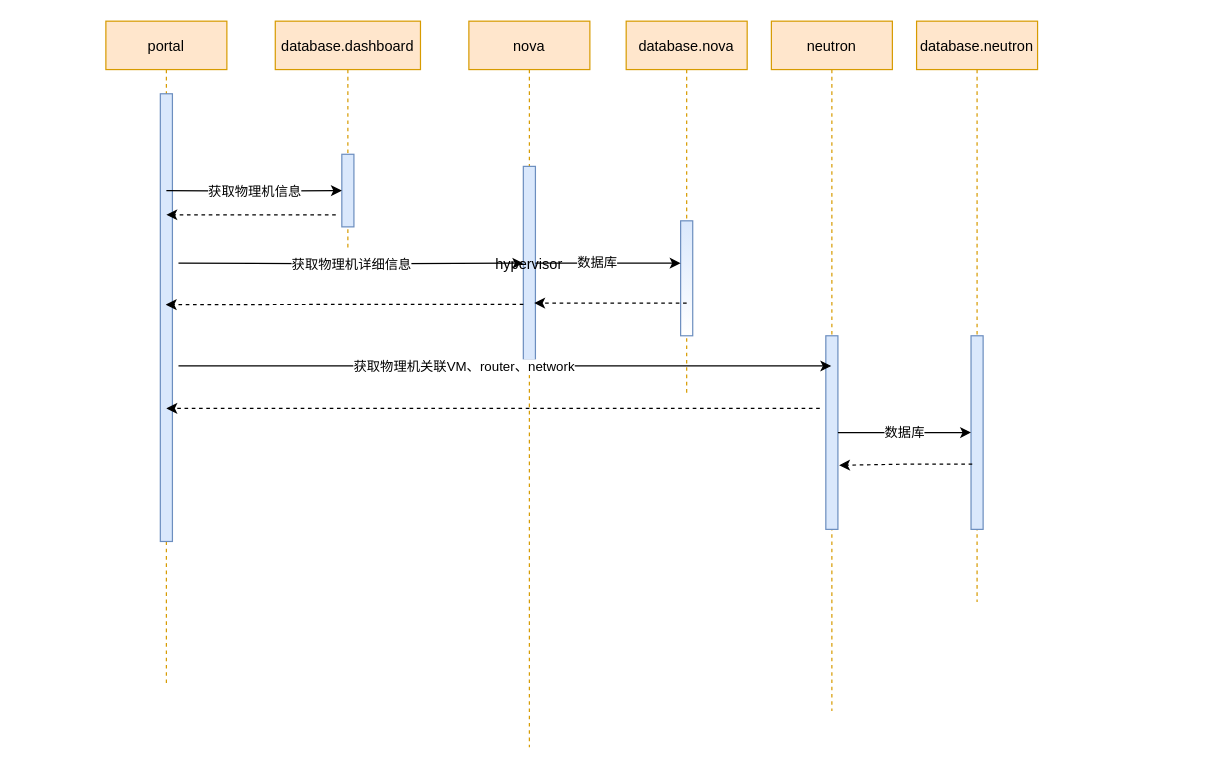
The draw.io diagram Untitled Diagram.drawio in JMD110/OldCoderCantRemember, before the edit. Source tidied: cells renumbered, new cells numbered last; positions are measured from the earlier drawing's top-left corner, leaving out a move shared by most shapes. Both pictures are drawn from the tidied source at 121%, with x=0, y=0 at pixel (105, 21).
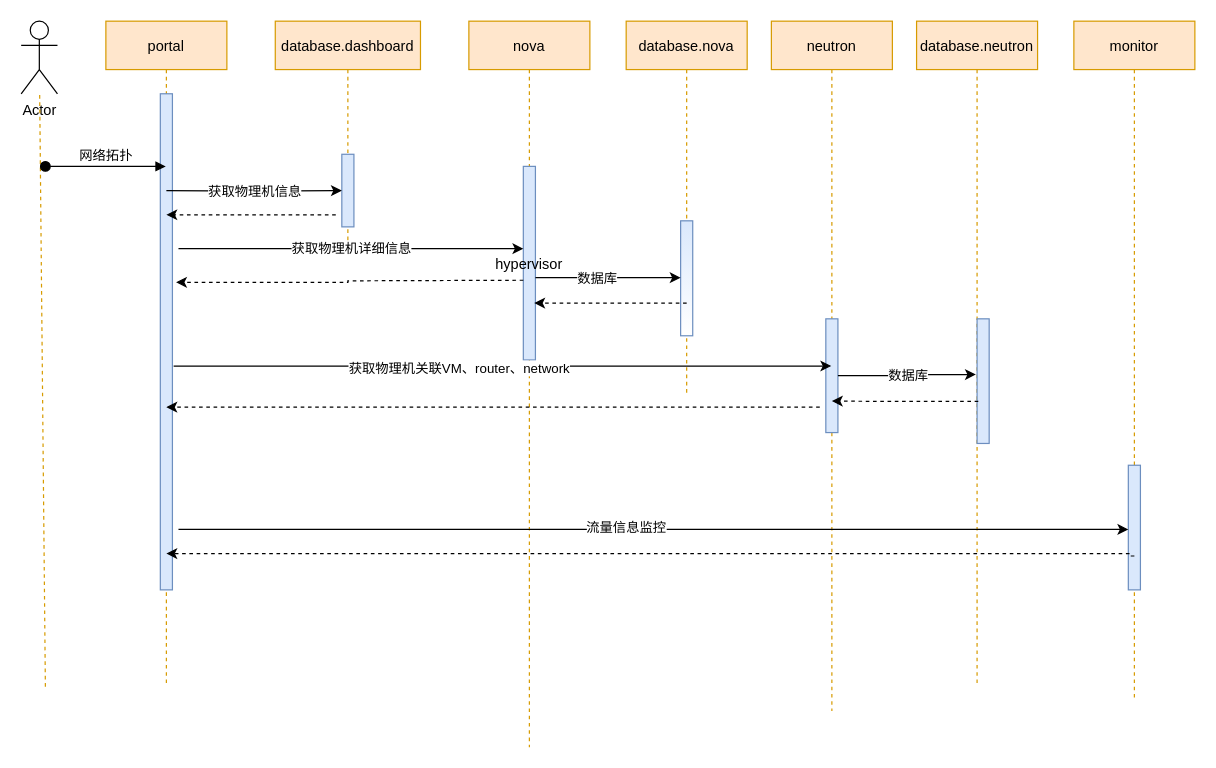
After the change.

The change refers to these unchanged cells:
```xml
<mxCell id="2" value="portal" style="shape=umlLifeline;perimeter=lifelinePerimeter;rounded=0;shadow=0;strokeWidth=1;fillColor=#ffe6cc;strokeColor=#d79b00;" parent="1" vertex="1">
  <mxGeometry width="100" height="550" as="geometry" />
</mxCell>
<mxCell id="5" value="hypervisor" style="points=[];perimeter=orthogonalPerimeter;rounded=0;shadow=0;strokeWidth=1;fillColor=#dae8fc;strokeColor=#6c8ebf;" parent="4" vertex="1">
  <mxGeometry x="45" y="120" width="10" height="160" as="geometry" />
</mxCell>
<mxCell id="7" style="points=[];perimeter=orthogonalPerimeter;rounded=0;shadow=0;strokeWidth=1;fillColor=#dae8fc;strokeColor=#6c8ebf;gradientColor=#ffffff;" parent="6" vertex="1">
  <mxGeometry x="45" y="165" width="10" height="95" as="geometry" />
</mxCell>
<mxCell id="10" value="neutron" style="shape=umlLifeline;perimeter=lifelinePerimeter;rounded=0;shadow=0;strokeWidth=1;fillColor=#ffe6cc;strokeColor=#d79b00;" parent="1" vertex="1">
  <mxGeometry x="550" width="100" height="570" as="geometry" />
</mxCell>
```

The edit, as a diff of the source:
```diff
@@
     <mxCell id="3" style="points=[];perimeter=orthogonalPerimeter;rounded=0;shadow=0;strokeWidth=1;fillColor=#dae8fc;strokeColor=#6c8ebf;" parent="2" vertex="1">
-      <mxGeometry x="45" y="60" width="10" height="370" as="geometry" />
+      <mxGeometry x="45" y="60" width="10" height="410" as="geometry" />
     </mxCell>
@@
     <mxCell id="11" style="points=[];perimeter=orthogonalPerimeter;rounded=0;shadow=0;strokeWidth=1;fillColor=#dae8fc;strokeColor=#6c8ebf;" parent="10" vertex="1">
-      <mxGeometry x="45" y="260" width="10" height="160" as="geometry" />
+      <mxGeometry x="45" y="246" width="10" height="94" as="geometry" />
     </mxCell>
     <mxCell id="12" value="database.neutron" style="shape=umlLifeline;perimeter=lifelinePerimeter;rounded=0;shadow=0;strokeWidth=1;fillColor=#ffe6cc;strokeColor=#d79b00;" parent="1" vertex="1">
-      <mxGeometry x="670" width="100" height="480" as="geometry" />
+      <mxGeometry x="670" width="100" height="550" as="geometry" />
     </mxCell>
     <mxCell id="13" style="points=[];perimeter=orthogonalPerimeter;rounded=0;shadow=0;strokeWidth=1;fillColor=#dae8fc;strokeColor=#6c8ebf;" parent="12" vertex="1">
-      <mxGeometry x="45" y="260" width="10" height="160" as="geometry" />
+      <mxGeometry x="50" y="246" width="10" height="103" as="geometry" />
     </mxCell>
@@
-    <mxCell id="16" value="获取物理机详细信息" style="edgeStyle=orthogonalEdgeStyle;rounded=0;jettySize=auto;html=1;" parent="1" edge="1" target="5">
+    <mxCell id="16" value="获取物理机详细信息" style="edgeStyle=orthogonalEdgeStyle;rounded=0;orthogonalLoop=1;jettySize=auto;html=1;" parent="1" edge="1">
       <mxGeometry relative="1" as="geometry">
-        <mxPoint x="60" y="200" as="sourcePoint" />
+        <mxPoint x="60" y="188" as="sourcePoint" />
+        <mxPoint x="345" y="188" as="targetPoint" />
       </mxGeometry>
     </mxCell>
-    <mxCell id="17" style="edgeStyle=orthogonalEdgeStyle;rounded=0;jettySize=auto;html=1;exitX=0;exitY=0.713;exitDx=0;exitDy=0;exitPerimeter=0;entryX=0.45;entryY=0.471;entryDx=0;entryDy=0;entryPerimeter=0;dashed=1;" parent="1" edge="1" source="5" target="3">
-      <mxGeometry relative="1" as="geometry" />
+    <mxCell id="17" style="edgeStyle=orthogonalEdgeStyle;rounded=0;jettySize=auto;html=1;exitX=0;exitY=0.713;exitDx=0;exitDy=0;exitPerimeter=0;dashed=1;entryX=1.3;entryY=0.38;entryDx=0;entryDy=0;entryPerimeter=0;" parent="1" edge="1" target="3">
+      <mxGeometry relative="1" as="geometry">
+        <mxPoint x="345" y="214.1" as="sourcePoint" />
+      </mxGeometry>
     </mxCell>
-    <mxCell id="18" style="edgeStyle=orthogonalEdgeStyle;rounded=0;jettySize=auto;html=1;entryX=0;entryY=0.368;entryDx=0;entryDy=0;entryPerimeter=0;" parent="1" edge="1" source="5" target="7">
-      <mxGeometry relative="1" as="geometry" />
+    <mxCell id="18" style="edgeStyle=orthogonalEdgeStyle;rounded=0;orthogonalLoop=1;jettySize=auto;html=1;entryX=0;entryY=0.368;entryDx=0;entryDy=0;entryPerimeter=0;" parent="1" edge="1">
+      <mxGeometry relative="1" as="geometry">
+        <mxPoint x="355" y="212" as="sourcePoint" />
+        <mxPoint x="475" y="212" as="targetPoint" />
+      </mxGeometry>
     </mxCell>
@@
-    <mxCell id="21" style="edgeStyle=orthogonalEdgeStyle;rounded=0;jettySize=auto;html=1;exitX=1.5;exitY=0.608;exitDx=0;exitDy=0;exitPerimeter=0;" parent="1" edge="1" source="3" target="10">
+    <mxCell id="21" style="edgeStyle=orthogonalEdgeStyle;rounded=0;jettySize=auto;html=1;exitX=1.1;exitY=0.549;exitDx=0;exitDy=0;exitPerimeter=0;" parent="1" edge="1" source="3" target="10">
       <mxGeometry relative="1" as="geometry" />
     </mxCell>
@@
     <mxCell id="23" style="edgeStyle=orthogonalEdgeStyle;rounded=0;orthogonalLoop=1;jettySize=auto;html=1;dashed=1;" parent="1" edge="1">
       <mxGeometry relative="1" as="geometry">
-        <mxPoint x="590" y="320" as="sourcePoint" />
-        <mxPoint x="50" y="320" as="targetPoint" />
+        <mxPoint x="590" y="319" as="sourcePoint" />
+        <mxPoint x="50" y="319" as="targetPoint" />
       </mxGeometry>
     </mxCell>
-    <mxCell id="24" value="数据库" style="edgeStyle=orthogonalEdgeStyle;rounded=0;jettySize=auto;html=1;" parent="1" edge="1" source="11" target="13">
+    <mxCell id="24" value="数据库" style="edgeStyle=orthogonalEdgeStyle;rounded=0;jettySize=auto;html=1;entryX=-0.1;entryY=0.447;entryDx=0;entryDy=0;entryPerimeter=0;" parent="1" edge="1" source="11" target="13">
       <mxGeometry relative="1" as="geometry" />
     </mxCell>
-    <mxCell id="25" style="edgeStyle=orthogonalEdgeStyle;rounded=0;jettySize=auto;html=1;dashed=1;exitX=0.1;exitY=0.663;exitDx=0;exitDy=0;exitPerimeter=0;entryX=1.1;entryY=0.669;entryDx=0;entryDy=0;entryPerimeter=0;" parent="1" edge="1" source="13" target="11">
-      <mxGeometry relative="1" as="geometry" />
+    <mxCell id="25" style="edgeStyle=orthogonalEdgeStyle;rounded=0;jettySize=auto;html=1;dashed=1;exitX=0.1;exitY=0.663;exitDx=0;exitDy=0;exitPerimeter=0;" parent="1" edge="1" source="13">
+      <mxGeometry relative="1" as="geometry">
+        <mxPoint x="600" y="314" as="targetPoint" />
+      </mxGeometry>
     </mxCell>
+    <mxCell id="26" value="Actor" style="shape=umlActor;verticalLabelPosition=bottom;verticalAlign=top;html=1;outlineConnect=0;" parent="1" vertex="1">
+      <mxGeometry x="-70" width="30" height="60" as="geometry" />
+    </mxCell>
+    <mxCell id="27" style="endArrow=none;dashed=1;html=1;rounded=0;fillColor=#ffe6cc;strokeColor=#d79b00;" parent="1" edge="1" target="26">
+      <mxGeometry relative="1" as="geometry">
+        <mxPoint x="-50" y="550" as="sourcePoint" />
+      </mxGeometry>
+    </mxCell>
+    <mxCell id="28" value="网络拓扑" style="html=1;verticalAlign=bottom;startArrow=oval;startFill=1;endArrow=block;startSize=8;rounded=0;" parent="1" edge="1" target="2">
+      <mxGeometry relative="1" as="geometry">
+        <mxPoint x="-50" y="120" as="sourcePoint" />
+      </mxGeometry>
+    </mxCell>
+    <mxCell id="29" value="monitor" style="shape=umlLifeline;perimeter=lifelinePerimeter;rounded=0;shadow=0;strokeWidth=1;fillColor=#ffe6cc;strokeColor=#d79b00;" parent="1" vertex="1">
+      <mxGeometry x="800" width="100" height="560" as="geometry" />
+    </mxCell>
+    <mxCell id="30" style="points=[];perimeter=orthogonalPerimeter;rounded=0;shadow=0;strokeWidth=1;fillColor=#dae8fc;strokeColor=#6c8ebf;" parent="29" vertex="1">
+      <mxGeometry x="45" y="367" width="10" height="103" as="geometry" />
+    </mxCell>
+    <mxCell id="31" style="edgeStyle=orthogonalEdgeStyle;rounded=0;jettySize=auto;html=1;" parent="1" edge="1" target="30">
+      <mxGeometry relative="1" as="geometry">
+        <mxPoint x="60" y="420" as="sourcePoint" />
+        <Array as="points">
+          <mxPoint x="550" y="420" />
+          <mxPoint x="550" y="420" />
+        </Array>
+      </mxGeometry>
+    </mxCell>
+    <mxCell id="32" value="流量信息监控" style="edgeLabel;html=1;align=center;verticalAlign=middle;" parent="31" vertex="1">
+      <mxGeometry x="-0.06" y="2" relative="1" as="geometry" />
+    </mxCell>
+    <mxCell id="33" style="edgeStyle=orthogonalEdgeStyle;rounded=0;orthogonalLoop=1;jettySize=auto;html=1;dashed=1;" parent="1" edge="1">
+      <mxGeometry relative="1" as="geometry">
+        <mxPoint x="850" y="442" as="sourcePoint" />
+        <mxPoint x="50" y="440" as="targetPoint" />
+        <Array as="points">
+          <mxPoint x="846" y="440" />
+        </Array>
+      </mxGeometry>
+    </mxCell>
```
